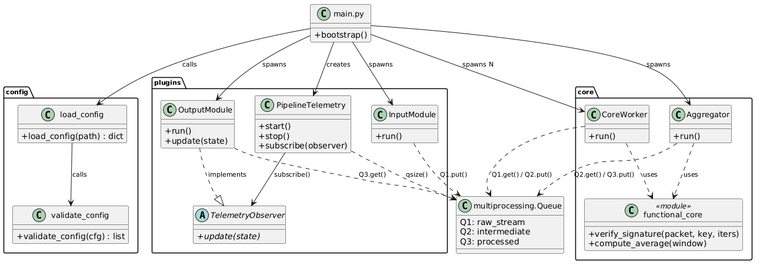
The PlantUML diagram Architecture/ClassDiagram.png in saoodktareen/SDA-Project-Phase-3, before a commit. The source it was exported from:
```plantuml
@startuml
skinparam classAttributeIconSize 0
skinparam classFontSize 13
skinparam packageFontSize 11
skinparam arrowFontSize 11

package "config" {
  class load_config {
    + load_config(path) : dict
  }
  class validate_config {
    + validate_config(cfg) : list
  }
}

package "plugins" {
  class InputModule {
    + run()
  }
  class OutputModule {
    + run()
    + update(state)
  }
  class PipelineTelemetry {
    + start()
    + stop()
    + subscribe(observer)
  }
  abstract class TelemetryObserver {
    + {abstract} update(state)
  }
}

package "core" {
  class CoreWorker {
    + run()
  }
  class Aggregator {
    + run()
  }
  class functional_core <<module>> {
    + verify_signature(packet, key, iters)
    + compute_average(window)
  }
}

class "multiprocessing.Queue" as Queue {
  Q1: raw_stream
  Q2: intermediate
  Q3: processed
}

class "main.py" as Main {
  + bootstrap()
}

Main --> load_config : calls
load_config --> validate_config : calls
Main --> InputModule : spawns
Main --> OutputModule : spawns
Main --> PipelineTelemetry : creates
Main --> CoreWorker : spawns N
Main --> Aggregator : spawns

OutputModule ..|> TelemetryObserver : implements
PipelineTelemetry --> TelemetryObserver : subscribe()

CoreWorker ..> functional_core : uses
Aggregator ..> functional_core : uses

InputModule ..> Queue : Q1.put()
CoreWorker ..> Queue : Q1.get() / Q2.put()
Aggregator ..> Queue : Q2.get() / Q3.put()
OutputModule ..> Queue : Q3.get()
PipelineTelemetry ..> Queue : qsize()
@enduml
```
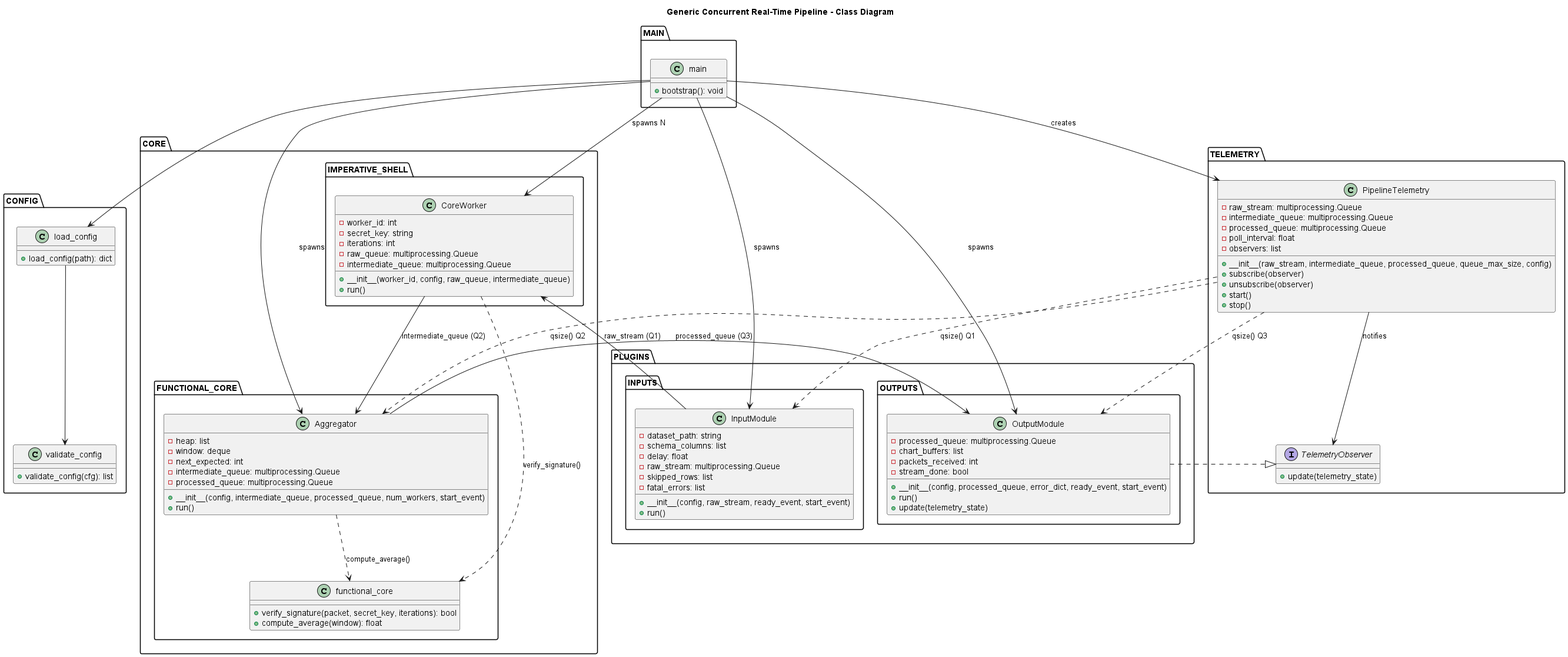
The same file after the commit.

The edit, as a diff of the source:
```diff
@@ -1,76 +1,114 @@
-@startuml
-skinparam classAttributeIconSize 0
-skinparam classFontSize 13
-skinparam packageFontSize 11
-skinparam arrowFontSize 11
+@startuml ClassDiagram
+title Generic Concurrent Real-Time Pipeline - Class Diagram
 
-package "config" {
-  class load_config {
-    + load_config(path) : dict
-  }
-  class validate_config {
-    + validate_config(cfg) : list
-  }
+package "CONFIG" <<Folder>> {
+    class load_config {
+        +load_config(path): dict
+    }
+    class validate_config {
+        +validate_config(cfg): list
+    }
 }
 
-package "plugins" {
-  class InputModule {
-    + run()
-  }
-  class OutputModule {
-    + run()
-    + update(state)
-  }
-  class PipelineTelemetry {
-    + start()
-    + stop()
-    + subscribe(observer)
-  }
-  abstract class TelemetryObserver {
-    + {abstract} update(state)
-  }
+package "PLUGINS.INPUTS" <<Folder>> {
+    class InputModule {
+        -dataset_path: string
+        -schema_columns: list
+        -delay: float
+        -raw_stream: multiprocessing.Queue
+        -skipped_rows: list
+        -fatal_errors: list
+        +__init__(config, raw_stream, ready_event, start_event)
+        +run()
+    }
 }
 
-package "core" {
-  class CoreWorker {
-    + run()
-  }
-  class Aggregator {
-    + run()
-  }
-  class functional_core <<module>> {
-    + verify_signature(packet, key, iters)
-    + compute_average(window)
-  }
+package "CORE.IMPERATIVE_SHELL" <<Folder>> {
+    class CoreWorker {
+        -worker_id: int
+        -secret_key: string
+        -iterations: int
+        -raw_queue: multiprocessing.Queue
+        -intermediate_queue: multiprocessing.Queue
+        +__init__(worker_id, config, raw_queue, intermediate_queue)
+        +run()
+    }
 }
 
-class "multiprocessing.Queue" as Queue {
-  Q1: raw_stream
-  Q2: intermediate
-  Q3: processed
+package "CORE.FUNCTIONAL_CORE" <<Folder>> {
+    class Aggregator {
+        -heap: list
+        -window: deque
+        -next_expected: int
+        -intermediate_queue: multiprocessing.Queue
+        -processed_queue: multiprocessing.Queue
+        +__init__(config, intermediate_queue, processed_queue, num_workers, start_event)
+        +run()
+    }
+    class functional_core {
+        +verify_signature(packet, secret_key, iterations): bool
+        +compute_average(window): float
+    }
 }
 
-class "main.py" as Main {
-  + bootstrap()
+package "PLUGINS.OUTPUTS" <<Folder>> {
+    class OutputModule {
+        -processed_queue: multiprocessing.Queue
+        -chart_buffers: list
+        -packets_received: int
+        -stream_done: bool
+        +__init__(config, processed_queue, error_dict, ready_event, start_event)
+        +run()
+        +update(telemetry_state)
+    }
 }
 
-Main --> load_config : calls
-load_config --> validate_config : calls
-Main --> InputModule : spawns
-Main --> OutputModule : spawns
-Main --> PipelineTelemetry : creates
-Main --> CoreWorker : spawns N
-Main --> Aggregator : spawns
+package "TELEMETRY" <<Folder>> {
+    class PipelineTelemetry {
+        -raw_stream: multiprocessing.Queue
+        -intermediate_queue: multiprocessing.Queue
+        -processed_queue: multiprocessing.Queue
+        -poll_interval: float
+        -observers: list
+        +__init__(raw_stream, intermediate_queue, processed_queue, queue_max_size, config)
+        +subscribe(observer)
+        +unsubscribe(observer)
+        +start()
+        +stop()
+    }
+    interface TelemetryObserver {
+        +update(telemetry_state)
+    }
+}
 
-OutputModule ..|> TelemetryObserver : implements
-PipelineTelemetry --> TelemetryObserver : subscribe()
+package "MAIN" <<Folder>> {
+    class main {
+        +bootstrap(): void
+    }
+}
 
-CoreWorker ..> functional_core : uses
-Aggregator ..> functional_core : uses
 
-InputModule ..> Queue : Q1.put()
-CoreWorker ..> Queue : Q1.get() / Q2.put()
-Aggregator ..> Queue : Q2.get() / Q3.put()
-OutputModule ..> Queue : Q3.get()
-PipelineTelemetry ..> Queue : qsize()
+OutputModule ..|> TelemetryObserver
+
+main --> load_config
+load_config --> validate_config
+
+main --> InputModule     : spawns
+main --> CoreWorker      : spawns N
+main --> Aggregator      : spawns
+main --> OutputModule    : spawns
+main --> PipelineTelemetry : creates
+
+InputModule --> CoreWorker   : raw_stream (Q1)
+CoreWorker  --> Aggregator   : intermediate_queue (Q2)
+Aggregator  --> OutputModule : processed_queue (Q3)
+
+CoreWorker ..> functional_core : verify_signature()
+Aggregator ..> functional_core : compute_average()
+
+PipelineTelemetry --> TelemetryObserver : notifies
+PipelineTelemetry ..> InputModule       : qsize() Q1
+PipelineTelemetry ..> Aggregator        : qsize() Q2
+PipelineTelemetry ..> OutputModule      : qsize() Q3
+
 @enduml
```
